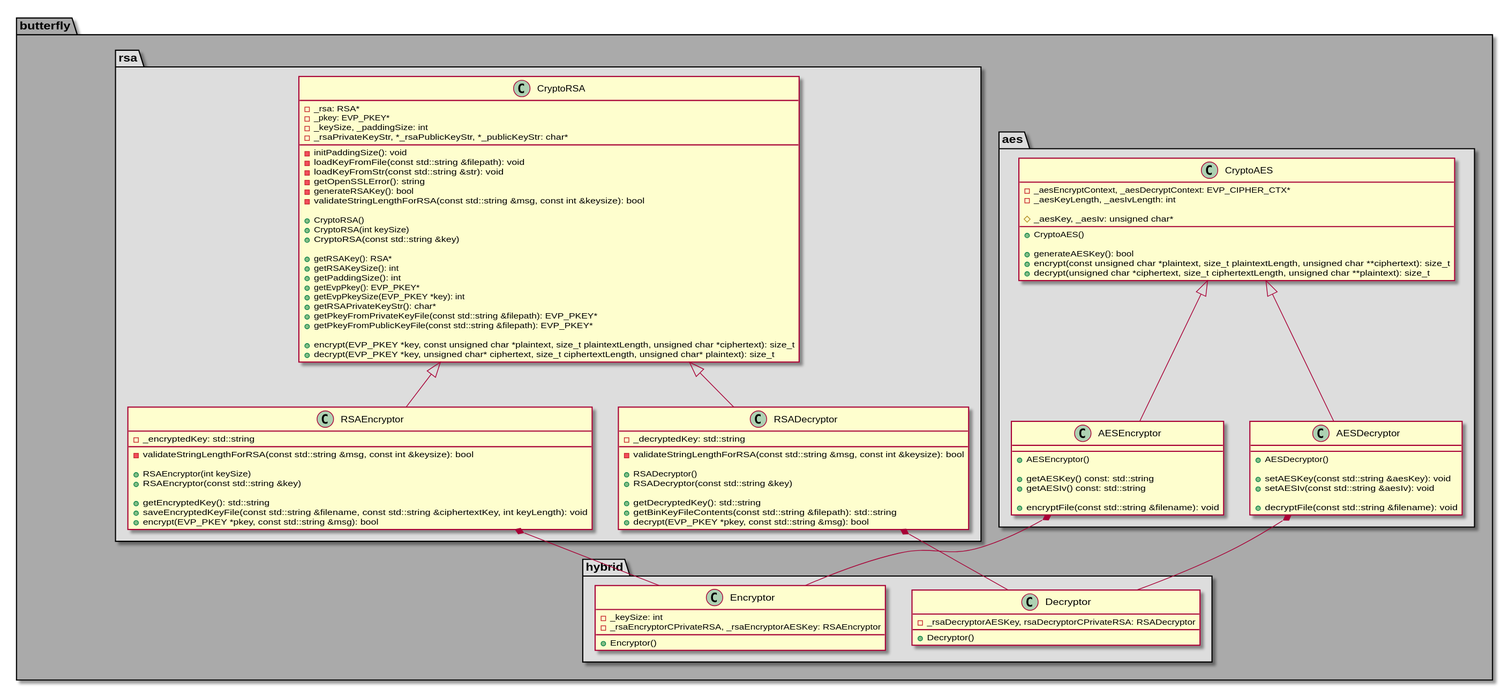
bierschi/butterfly keeps this PlantUML diagram as architecture/class_diagrams/crypto/hybrid.svg. Above is the earlier version.
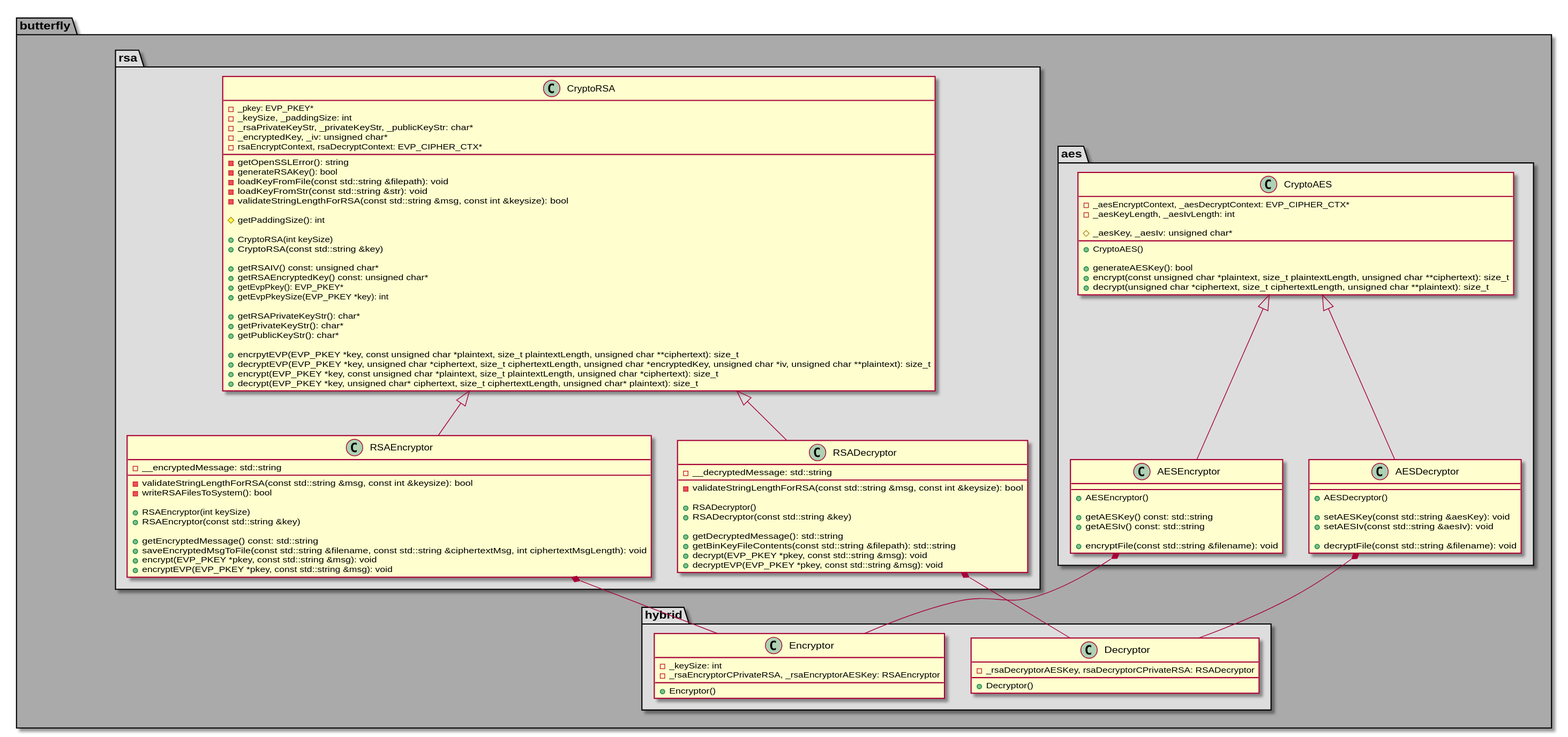
The same diagram one commit later.

The edit, as a diff of the source:
```diff
@@ -43,57 +43,64 @@
 package rsa #DDDDDD
 {
     class CryptoRSA {
-        -_rsa: RSA*
         -_pkey: EVP_PKEY*
         -_keySize, _paddingSize: int
-        -_rsaPrivateKeyStr, *_rsaPublicKeyStr, *_publicKeyStr: char*
+        -_rsaPrivateKeyStr, _privateKeyStr, _publicKeyStr: char*
+        -_encryptedKey, _iv: unsigned char*
+        - rsaEncryptContext, rsaDecryptContext: EVP_CIPHER_CTX*
 
-        -initPaddingSize(): void
+        -getOpenSSLError(): string
+        -generateRSAKey(): bool
         -loadKeyFromFile(const std::string &filepath): void
         -loadKeyFromStr(const std::string &str): void
-        -getOpenSSLError(): string
-        -generateRSAKey(): bool
         -validateStringLengthForRSA(const std::string &msg, const int &keysize): bool
 
-        +CryptoRSA()
+        #getPaddingSize(): int
+
         +CryptoRSA(int keySize)
         +CryptoRSA(const std::string &key)
 
-        +getRSAKey(): RSA*
-        +getRSAKeySize(): int
-        +getPaddingSize(): int
+        +getRSAIV() const: unsigned char*
+        +getRSAEncryptedKey() const: unsigned char*
         +getEvpPkey(): EVP_PKEY*
         +getEvpPkeySize(EVP_PKEY *key): int
+
         +getRSAPrivateKeyStr(): char*
-        +getPkeyFromPrivateKeyFile(const std::string &filepath): EVP_PKEY*
-        +getPkeyFromPublicKeyFile(const std::string &filepath): EVP_PKEY*
+        +getPrivateKeyStr(): char*
+        +getPublicKeyStr(): char*
 
+        +encrpytEVP(EVP_PKEY *key, const unsigned char *plaintext, size_t plaintextLength, unsigned char **ciphertext): size_t
+        +decryptEVP(EVP_PKEY *key, unsigned char *ciphertext, size_t ciphertextLength, unsigned char *encryptedKey, unsigned char *iv, unsigned char **plaintext): size_t
         +encrypt(EVP_PKEY *key, const unsigned char *plaintext, size_t plaintextLength, unsigned char *ciphertext): size_t
         +decrypt(EVP_PKEY *key, unsigned char* ciphertext, size_t ciphertextLength, unsigned char* plaintext): size_t
     }
     class RSAEncryptor {
-        -_encryptedKey: std::string
+
+        -__encryptedMessage: std::string
 
         -validateStringLengthForRSA(const std::string &msg, const int &keysize): bool
+        -writeRSAFilesToSystem(): bool
 
         +RSAEncryptor(int keySize)
         +RSAEncryptor(const std::string &key)
 
-        +getEncryptedKey(): std::string
-        +saveEncryptedKeyFile(const std::string &filename, const std::string &ciphertextKey, int keyLength): void
-        +encrypt(EVP_PKEY *pkey, const std::string &msg): bool
+        +getEncryptedMessage() const: std::string
+        +saveEncryptedMsgToFile(const std::string &filename, const std::string &ciphertextMsg, int ciphertextMsgLength): void
+        +encrypt(EVP_PKEY *pkey, const std::string &msg): void
+        +encryptEVP(EVP_PKEY *pkey, const std::string &msg): void
     }
     class RSADecryptor {
 
-        -_decryptedKey: std::string
+        -__decryptedMessage: std::string
         -validateStringLengthForRSA(const std::string &msg, const int &keysize): bool
 
         +RSADecryptor()
         +RSADecryptor(const std::string &key)
 
-        +getDecryptedKey(): std::string
+        +getDecryptedMessage(): std::string
         +getBinKeyFileContents(const std::string &filepath): std::string
-        +decrypt(EVP_PKEY *pkey, const std::string &msg): bool
+        +decrypt(EVP_PKEY *pkey, const std::string &msg): void
+        +decryptEVP(EVP_PKEY *pkey, const std::string &msg): void
     }
 }
 
```
